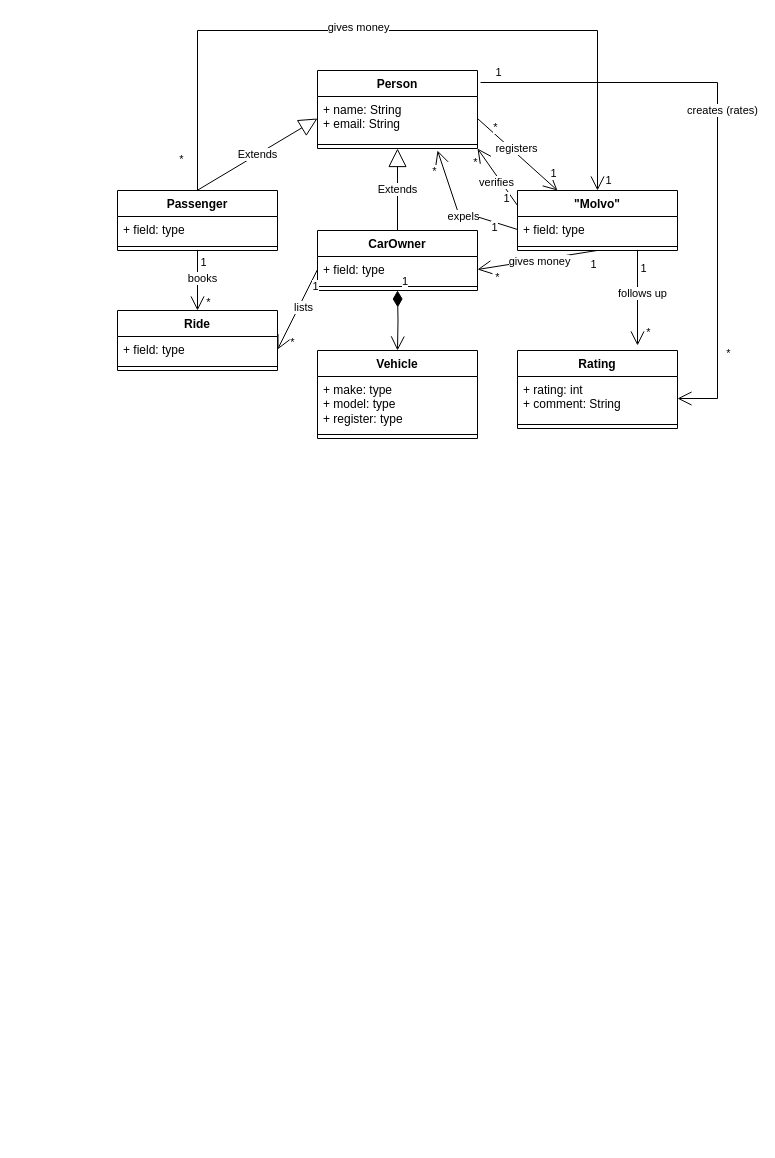
Before: Ex-2.drawio in nangliaa/nangliaa, a draw.io diagram. Source tidied: cells renumbered, new cells numbered last; positions are measured from the earlier drawing's top-left corner, leaving out a move shared by most shapes. Both pictures are drawn from the tidied source at 100%, with x=0, y=0 at pixel (117, 30).
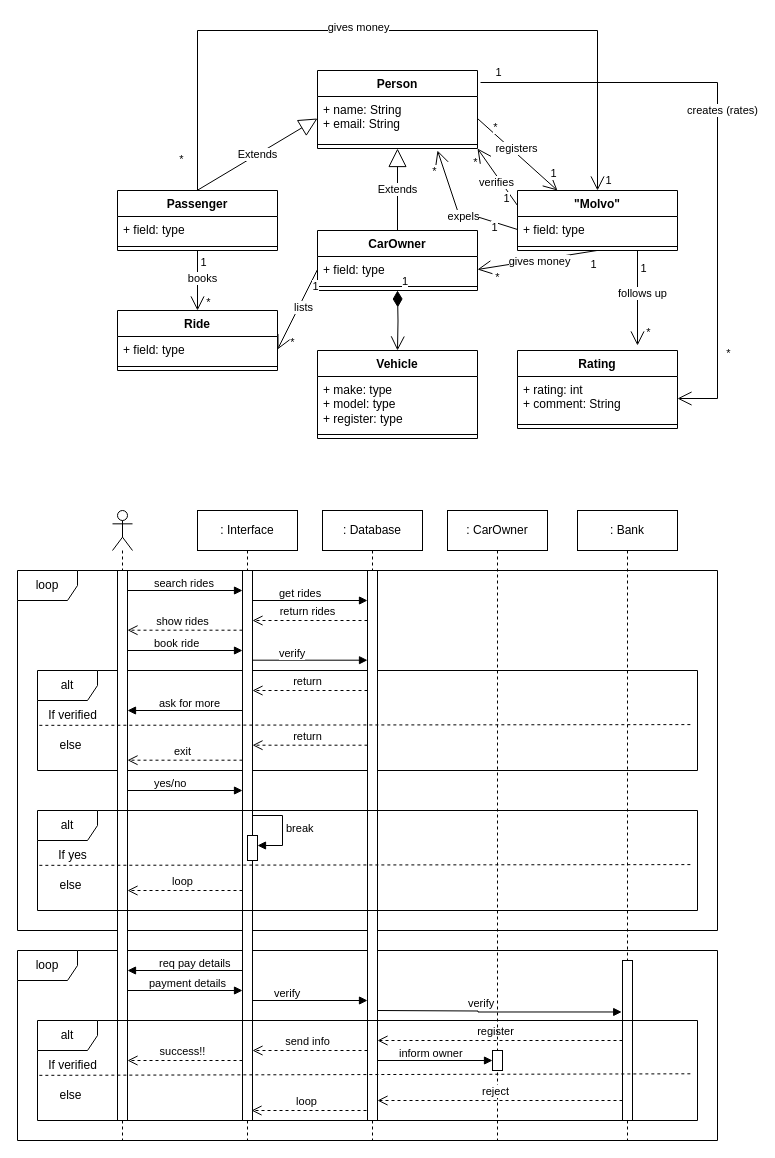
After the change.

Diff of the diagram source:
```diff
@@
+    <mxCell id="62" value="loop" style="shape=umlFrame;whiteSpace=wrap;html=1;" parent="1" vertex="1">
+      <mxGeometry x="-100" y="920" width="700" height="190" as="geometry" />
+    </mxCell>
+    <mxCell id="63" value="loop" style="shape=umlFrame;whiteSpace=wrap;html=1;" parent="1" vertex="1">
+      <mxGeometry x="-100" y="540" width="700" height="360" as="geometry" />
+    </mxCell>
+    <mxCell id="64" value="alt" style="shape=umlFrame;whiteSpace=wrap;html=1;" parent="1" vertex="1">
+      <mxGeometry x="-80" y="640" width="660" height="100" as="geometry" />
+    </mxCell>
@@
+    <mxCell id="65" value=": Interface" style="shape=umlLifeline;whiteSpace=wrap;html=1;newEdgeStyle={&quot;curved&quot;:0,&quot;rounded&quot;:0};perimeter=rectanglePerimeter;targetShapes=umlLifeline;participant=label;" parent="1" vertex="1">
+      <mxGeometry x="80" y="480" width="100" height="630" as="geometry" />
+    </mxCell>
+    <mxCell id="66" style="html=1;points=[[0,0,0,0,5],[0,1,0,0,-5],[1,0,0,0,5],[1,1,0,0,-5]];perimeter=orthogonalPerimeter;outlineConnect=0;targetShapes=umlLifeline;portConstraint=eastwest;newEdgeStyle={&quot;curved&quot;:0,&quot;rounded&quot;:0};" parent="65" vertex="1">
+      <mxGeometry x="45" y="60" width="10" height="550" as="geometry" />
+    </mxCell>
+    <mxCell id="67" value=": Database" style="shape=umlLifeline;perimeter=lifelinePerimeter;whiteSpace=wrap;html=1;newEdgeStyle={&quot;curved&quot;:0,&quot;rounded&quot;:0};" parent="1" vertex="1">
+      <mxGeometry x="205" y="480" width="100" height="630" as="geometry" />
+    </mxCell>
+    <mxCell id="68" style="html=1;perimeter=orthogonalPerimeter;targetShapes=umlLifeline;newEdgeStyle={&quot;curved&quot;:0,&quot;rounded&quot;:0};" parent="67" vertex="1">
+      <mxGeometry x="45" y="60" width="10" height="550" as="geometry" />
+    </mxCell>
+    <mxCell id="69" value=": Bank" style="shape=umlLifeline;perimeter=lifelinePerimeter;whiteSpace=wrap;html=1;outlineConnect=0;portConstraint=eastwest;newEdgeStyle={&quot;curved&quot;:0,&quot;rounded&quot;:0};" parent="1" vertex="1">
+      <mxGeometry x="460" y="480" width="100" height="630" as="geometry" />
+    </mxCell>
+    <mxCell id="70" style="html=1;points=[[0,0,0,0,5],[0,1,0,0,-5],[1,0,0,0,5],[1,1,0,0,-5]];perimeter=orthogonalPerimeter;outlineConnect=0;targetShapes=umlLifeline;portConstraint=eastwest;newEdgeStyle={&quot;curved&quot;:0,&quot;rounded&quot;:0};" parent="69" vertex="1">
+      <mxGeometry x="45" y="450" width="10" height="160" as="geometry" />
+    </mxCell>
+    <mxCell id="71" style="shape=umlLifeline;perimeter=lifelinePerimeter;whiteSpace=wrap;html=1;newEdgeStyle={&quot;curved&quot;:0,&quot;rounded&quot;:0};participant=umlActor;" parent="1" vertex="1">
+      <mxGeometry x="-5" y="480" width="20" height="630" as="geometry" />
+    </mxCell>
+    <mxCell id="72" style="html=1;perimeter=orthogonalPerimeter;targetShapes=umlLifeline;newEdgeStyle={&quot;curved&quot;:0,&quot;rounded&quot;:0};" parent="71" vertex="1">
+      <mxGeometry x="5" y="60" width="10" height="550" as="geometry" />
+    </mxCell>
+    <mxCell id="73" value="search rides" style="endArrow=block;endFill=1;html=1;edgeStyle=orthogonalEdgeStyle;align=left;verticalAlign=top;rounded=0;" parent="1" edge="1">
+      <mxGeometry x="-0.57" y="20" relative="1" as="geometry">
+        <mxPoint x="10" y="560" as="sourcePoint" />
+        <mxPoint x="125" y="560" as="targetPoint" />
+      </mxGeometry>
+    </mxCell>
+    <mxCell id="74" value="get rides" style="endArrow=block;endFill=1;html=1;edgeStyle=orthogonalEdgeStyle;align=left;verticalAlign=top;rounded=0;" parent="1" edge="1">
+      <mxGeometry x="-0.57" y="20" relative="1" as="geometry">
+        <mxPoint x="135" y="570" as="sourcePoint" />
+        <mxPoint x="250" y="570" as="targetPoint" />
+      </mxGeometry>
+    </mxCell>
+    <mxCell id="75" value="return rides" style="html=1;verticalAlign=bottom;endArrow=open;dashed=1;endSize=8;curved=0;rounded=0;" parent="1" edge="1" target="66">
+      <mxGeometry x="0.04" relative="1" as="geometry">
+        <mxPoint x="250" y="590" as="sourcePoint" />
+      </mxGeometry>
+    </mxCell>
+    <mxCell id="76" value="show rides" style="html=1;verticalAlign=bottom;endArrow=open;dashed=1;endSize=8;curved=0;rounded=0;" parent="1" edge="1">
+      <mxGeometry x="0.04" relative="1" as="geometry">
+        <mxPoint x="125" y="599.7" as="sourcePoint" />
+        <mxPoint x="10" y="599.7" as="targetPoint" />
+      </mxGeometry>
+    </mxCell>
+    <mxCell id="77" value="book ride" style="endArrow=block;endFill=1;html=1;edgeStyle=orthogonalEdgeStyle;align=left;verticalAlign=top;rounded=0;" parent="1" edge="1">
+      <mxGeometry x="-0.57" y="20" relative="1" as="geometry">
+        <mxPoint x="10" y="620" as="sourcePoint" />
+        <mxPoint x="125" y="620" as="targetPoint" />
+      </mxGeometry>
+    </mxCell>
+    <mxCell id="78" value="verify" style="endArrow=block;endFill=1;html=1;edgeStyle=orthogonalEdgeStyle;align=left;verticalAlign=top;rounded=0;" parent="1" edge="1">
+      <mxGeometry x="-0.57" y="20" relative="1" as="geometry">
+        <mxPoint x="135" y="629.7" as="sourcePoint" />
+        <mxPoint x="250" y="629.7" as="targetPoint" />
+      </mxGeometry>
+    </mxCell>
+    <mxCell id="79" value="If verified" style="text;html=1;align=center;verticalAlign=middle;strokeColor=none;fillColor=none;" parent="1" vertex="1">
+      <mxGeometry x="-80" y="670" width="70" height="30" as="geometry" />
+    </mxCell>
+    <mxCell id="80" value="else" style="text;html=1;align=center;verticalAlign=middle;points=[];strokeColor=none;fillColor=none;" parent="1" vertex="1">
+      <mxGeometry x="-72" y="700" width="50" height="30" as="geometry" />
+    </mxCell>
+    <mxCell id="81" style="endArrow=none;dashed=1;html=1;rounded=0;exitX=-0.123;exitY=-0.172;exitDx=0;exitDy=0;exitPerimeter=0;entryX=0.99;entryY=0.541;entryDx=0;entryDy=0;entryPerimeter=0;" parent="1" edge="1" source="80" target="64">
+      <mxGeometry relative="1" as="geometry" />
+    </mxCell>
+    <mxCell id="82" value="return" style="html=1;verticalAlign=bottom;endArrow=open;dashed=1;endSize=8;curved=0;rounded=0;" parent="1" edge="1">
+      <mxGeometry x="0.04" relative="1" as="geometry">
+        <mxPoint x="250" y="660" as="sourcePoint" />
+        <mxPoint x="135" y="660" as="targetPoint" />
+      </mxGeometry>
+    </mxCell>
+    <mxCell id="83" value="ask for more" style="endArrow=block;endFill=1;html=1;edgeStyle=orthogonalEdgeStyle;align=left;verticalAlign=top;rounded=0;" parent="1" edge="1">
+      <mxGeometry x="0.48" y="-20" relative="1" as="geometry">
+        <mxPoint x="125" y="680" as="sourcePoint" />
+        <mxPoint x="10" y="680" as="targetPoint" />
+      </mxGeometry>
+    </mxCell>
+    <mxCell id="84" value="return" style="html=1;verticalAlign=bottom;endArrow=open;dashed=1;endSize=8;curved=0;rounded=0;" parent="1" edge="1">
+      <mxGeometry x="0.04" relative="1" as="geometry">
+        <mxPoint x="250" y="714.7" as="sourcePoint" />
+        <mxPoint x="135" y="714.7" as="targetPoint" />
+      </mxGeometry>
+    </mxCell>
+    <mxCell id="85" value="exit" style="html=1;verticalAlign=bottom;endArrow=open;dashed=1;endSize=8;curved=0;rounded=0;" parent="1" edge="1">
+      <mxGeometry x="0.04" relative="1" as="geometry">
+        <mxPoint x="125" y="729.7" as="sourcePoint" />
+        <mxPoint x="10" y="729.7" as="targetPoint" />
+      </mxGeometry>
+    </mxCell>
+    <mxCell id="86" value="yes/no" style="endArrow=block;endFill=1;html=1;edgeStyle=orthogonalEdgeStyle;align=left;verticalAlign=top;rounded=0;" parent="1" edge="1">
+      <mxGeometry x="-0.57" y="20" relative="1" as="geometry">
+        <mxPoint x="10" y="760" as="sourcePoint" />
+        <mxPoint x="125" y="760" as="targetPoint" />
+      </mxGeometry>
+    </mxCell>
+    <mxCell id="87" value="alt" style="shape=umlFrame;whiteSpace=wrap;html=1;" parent="1" vertex="1">
+      <mxGeometry x="-80" y="780" width="660" height="100" as="geometry" />
+    </mxCell>
+    <mxCell id="88" value="If yes" style="text;html=1;align=center;verticalAlign=middle;strokeColor=none;fillColor=none;" parent="1" vertex="1">
+      <mxGeometry x="-70" y="810" width="50" height="30" as="geometry" />
+    </mxCell>
+    <mxCell id="89" value="else" style="text;html=1;align=center;verticalAlign=middle;points=[];strokeColor=none;fillColor=none;" parent="1" vertex="1">
+      <mxGeometry x="-72" y="840" width="50" height="30" as="geometry" />
+    </mxCell>
+    <mxCell id="90" style="endArrow=none;dashed=1;html=1;rounded=0;exitX=-0.123;exitY=-0.172;exitDx=0;exitDy=0;exitPerimeter=0;entryX=0.99;entryY=0.541;entryDx=0;entryDy=0;entryPerimeter=0;" parent="1" edge="1" source="89" target="87">
+      <mxGeometry relative="1" as="geometry" />
+    </mxCell>
+    <mxCell id="91" value="loop" style="html=1;verticalAlign=bottom;endArrow=open;dashed=1;endSize=8;curved=0;rounded=0;" parent="1" edge="1">
+      <mxGeometry x="0.04" relative="1" as="geometry">
+        <mxPoint x="125" y="860" as="sourcePoint" />
+        <mxPoint x="10" y="860" as="targetPoint" />
+      </mxGeometry>
+    </mxCell>
+    <mxCell id="92" value="payment details" style="endArrow=block;endFill=1;html=1;edgeStyle=orthogonalEdgeStyle;align=left;verticalAlign=top;rounded=0;" parent="1" edge="1">
+      <mxGeometry x="-0.65" y="20" relative="1" as="geometry">
+        <mxPoint x="10" y="960" as="sourcePoint" />
+        <mxPoint x="125" y="960" as="targetPoint" />
+      </mxGeometry>
+    </mxCell>
+    <mxCell id="93" value="verify " style="endArrow=block;endFill=1;html=1;edgeStyle=orthogonalEdgeStyle;align=left;verticalAlign=top;rounded=0;" parent="1" edge="1">
+      <mxGeometry x="-0.65" y="20" relative="1" as="geometry">
+        <mxPoint x="135" y="970" as="sourcePoint" />
+        <mxPoint x="250" y="970" as="targetPoint" />
+      </mxGeometry>
+    </mxCell>
+    <mxCell id="94" value="verify " style="endArrow=block;endFill=1;html=1;edgeStyle=orthogonalEdgeStyle;align=left;verticalAlign=top;rounded=0;entryX=0.442;entryY=0.796;entryDx=0;entryDy=0;entryPerimeter=0;" parent="1" edge="1" target="69">
+      <mxGeometry x="-0.27" y="20" relative="1" as="geometry">
+        <mxPoint x="260" y="980" as="sourcePoint" />
+      </mxGeometry>
+    </mxCell>
+    <mxCell id="95" value="alt" style="shape=umlFrame;whiteSpace=wrap;html=1;" parent="1" vertex="1">
+      <mxGeometry x="-80" y="990" width="660" height="100" as="geometry" />
+    </mxCell>
+    <mxCell id="96" value="If verified" style="text;html=1;align=center;verticalAlign=middle;strokeColor=none;fillColor=none;" parent="1" vertex="1">
+      <mxGeometry x="-80" y="1020" width="70" height="30" as="geometry" />
+    </mxCell>
+    <mxCell id="97" value="else" style="text;html=1;align=center;verticalAlign=middle;points=[];strokeColor=none;fillColor=none;" parent="1" vertex="1">
+      <mxGeometry x="-72" y="1050" width="50" height="30" as="geometry" />
+    </mxCell>
+    <mxCell id="98" style="endArrow=none;dashed=1;html=1;rounded=0;exitX=-0.123;exitY=-0.172;exitDx=0;exitDy=0;exitPerimeter=0;entryX=0.993;entryY=0.533;entryDx=0;entryDy=0;entryPerimeter=0;" parent="1" edge="1" source="97" target="95">
+      <mxGeometry relative="1" as="geometry" />
+    </mxCell>
+    <mxCell id="99" style="html=1;points=[[0,0,0,0,5],[0,1,0,0,-5],[1,0,0,0,5],[1,1,0,0,-5]];perimeter=orthogonalPerimeter;outlineConnect=0;targetShapes=umlLifeline;portConstraint=eastwest;newEdgeStyle={&quot;curved&quot;:0,&quot;rounded&quot;:0};" parent="1" vertex="1">
+      <mxGeometry x="130" y="805" width="10" height="25" as="geometry" />
+    </mxCell>
+    <mxCell id="100" value="break" style="html=1;align=left;spacingLeft=2;endArrow=block;rounded=0;edgeStyle=orthogonalEdgeStyle;curved=0;rounded=0;" parent="1" edge="1" target="99">
+      <mxGeometry relative="1" as="geometry">
+        <mxPoint x="135" y="785" as="sourcePoint" />
+        <Array as="points">
+          <mxPoint x="165" y="815" />
+        </Array>
+      </mxGeometry>
+    </mxCell>
+    <mxCell id="101" value="req pay details" style="endArrow=block;endFill=1;html=1;edgeStyle=orthogonalEdgeStyle;align=left;verticalAlign=top;rounded=0;" parent="1" edge="1">
+      <mxGeometry x="0.48" y="-20" relative="1" as="geometry">
+        <mxPoint x="125" y="940" as="sourcePoint" />
+        <mxPoint x="10" y="940" as="targetPoint" />
+      </mxGeometry>
+    </mxCell>
+    <mxCell id="102" value="send info" style="html=1;verticalAlign=bottom;endArrow=open;dashed=1;endSize=8;curved=0;rounded=0;" parent="1" edge="1">
+      <mxGeometry x="0.04" relative="1" as="geometry">
+        <mxPoint x="250" y="1020" as="sourcePoint" />
+        <mxPoint x="135" y="1020" as="targetPoint" />
+      </mxGeometry>
+    </mxCell>
+    <mxCell id="103" value="success!!" style="html=1;verticalAlign=bottom;endArrow=open;dashed=1;endSize=8;curved=0;rounded=0;" parent="1" edge="1">
+      <mxGeometry x="0.04" relative="1" as="geometry">
+        <mxPoint x="125" y="1030" as="sourcePoint" />
+        <mxPoint x="10" y="1030" as="targetPoint" />
+      </mxGeometry>
+    </mxCell>
+    <mxCell id="104" value="register" style="html=1;verticalAlign=bottom;endArrow=open;dashed=1;endSize=8;curved=0;rounded=0;" parent="1" edge="1" source="70">
+      <mxGeometry x="0.04" relative="1" as="geometry">
+        <mxPoint x="260" y="1010" as="targetPoint" />
+      </mxGeometry>
+    </mxCell>
+    <mxCell id="105" value="loop" style="html=1;verticalAlign=bottom;endArrow=open;dashed=1;endSize=8;curved=0;rounded=0;" parent="1" edge="1">
+      <mxGeometry x="0.04" relative="1" as="geometry">
+        <mxPoint x="249" y="1080" as="sourcePoint" />
+        <mxPoint x="134" y="1080" as="targetPoint" />
+      </mxGeometry>
+    </mxCell>
+    <mxCell id="106" value=": CarOwner" style="shape=umlLifeline;perimeter=lifelinePerimeter;whiteSpace=wrap;html=1;newEdgeStyle={&quot;curved&quot;:0,&quot;rounded&quot;:0};" parent="1" vertex="1">
+      <mxGeometry x="330" y="480" width="100" height="630" as="geometry" />
+    </mxCell>
+    <mxCell id="107" style="html=1;perimeter=orthogonalPerimeter;targetShapes=umlLifeline;newEdgeStyle={&quot;curved&quot;:0,&quot;rounded&quot;:0};" parent="106" vertex="1">
+      <mxGeometry x="45" y="540" width="10" height="20" as="geometry" />
+    </mxCell>
+    <mxCell id="108" value="inform owner" style="endArrow=block;endFill=1;html=1;edgeStyle=orthogonalEdgeStyle;align=left;verticalAlign=top;rounded=0;" parent="1" edge="1">
+      <mxGeometry x="-0.65" y="20" relative="1" as="geometry">
+        <mxPoint x="260" y="1030" as="sourcePoint" />
+        <mxPoint x="375" y="1030" as="targetPoint" />
+      </mxGeometry>
+    </mxCell>
+    <mxCell id="109" value="reject" style="html=1;verticalAlign=bottom;endArrow=open;dashed=1;endSize=8;curved=0;rounded=0;" parent="1" edge="1">
+      <mxGeometry x="0.04" relative="1" as="geometry">
+        <mxPoint x="505" y="1070" as="sourcePoint" />
+        <mxPoint x="260" y="1070" as="targetPoint" />
+      </mxGeometry>
+    </mxCell>
```
